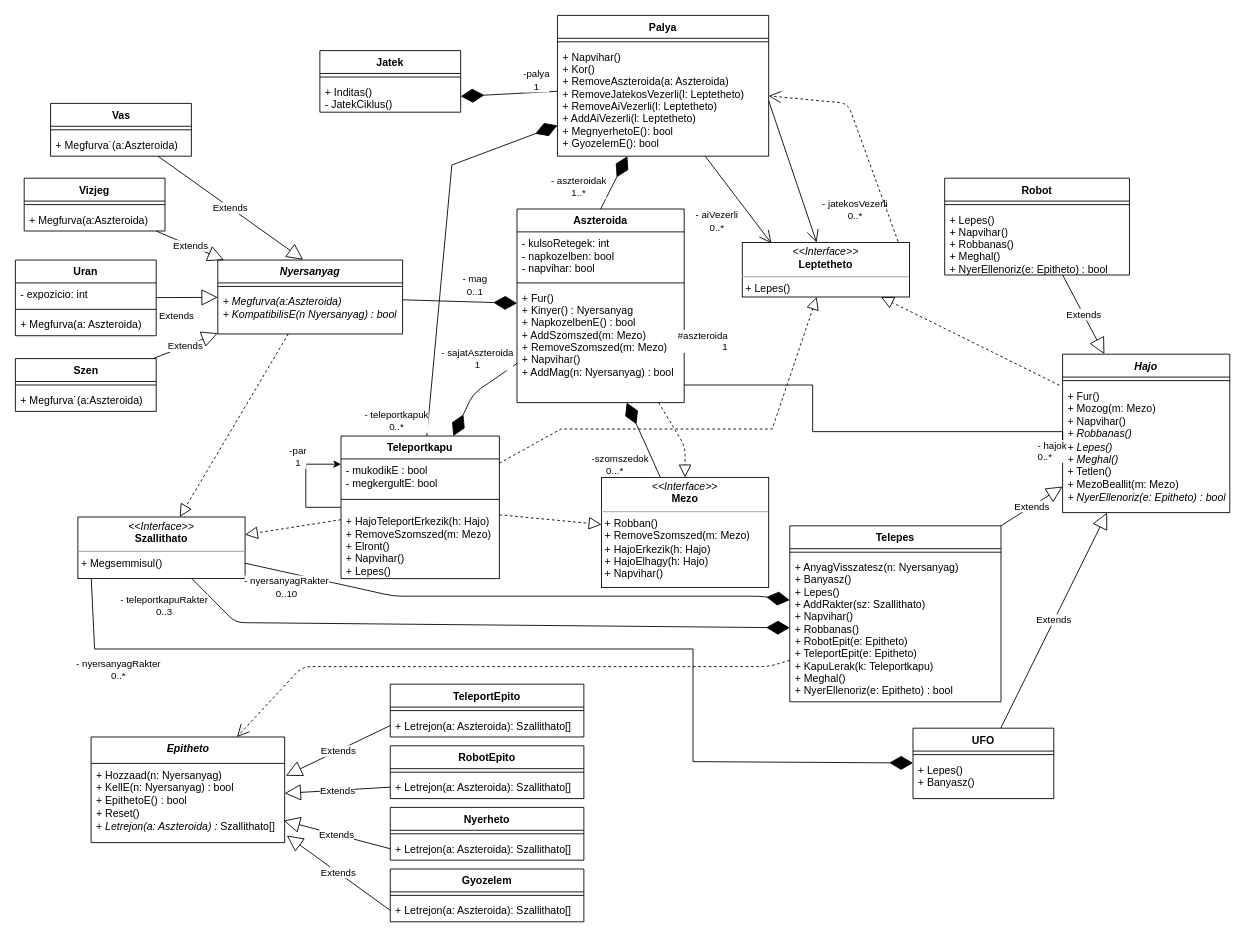
This is doc/class.drawio from torpeBoiGo/aszteroidabanyaszat, a draw.io file, before an edit. Source tidied: cells renumbered, new cells numbered last; positions are measured from the earlier drawing's top-left corner, leaving out a move shared by most shapes. Both pictures are drawn from the tidied source at 88%, with x=0, y=0 at pixel (15, 15).
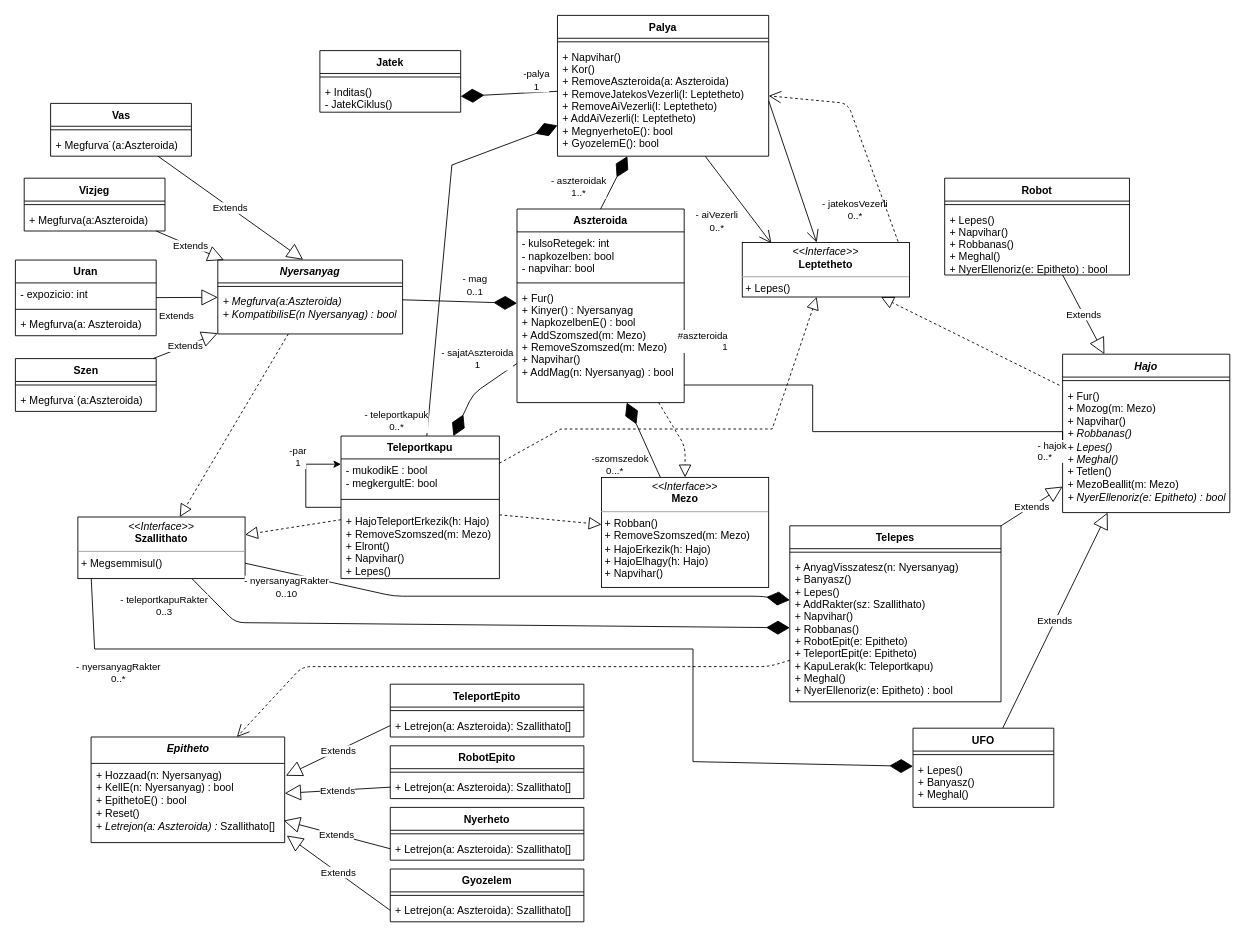
The same diagram, later.

Diff of the diagram source:
```diff
@@
     <mxCell id="98" value="UFO" style="swimlane;fontStyle=1;align=center;verticalAlign=top;horizontal=1;startSize=26;" parent="1" vertex="1">
-      <mxGeometry x="1020" y="810" width="160" height="80" as="geometry" />
+      <mxGeometry x="1020" y="810" width="160" height="90" as="geometry" />
     </mxCell>
@@
-    <mxCell id="100" value="+ Lepes()&#10;+ Banyasz()" style="text;strokeColor=none;fillColor=none;align=left;verticalAlign=top;spacingLeft=4;spacingRight=4;overflow=hidden;" parent="98" vertex="1">
-      <mxGeometry y="34" width="160" height="46" as="geometry" />
+    <mxCell id="100" value="+ Lepes()&#10;+ Banyasz()&#10;+ Meghal()" style="text;strokeColor=none;fillColor=none;align=left;verticalAlign=top;spacingLeft=4;spacingRight=4;overflow=hidden;" parent="98" vertex="1">
+      <mxGeometry y="34" width="160" height="56" as="geometry" />
     </mxCell>
```
